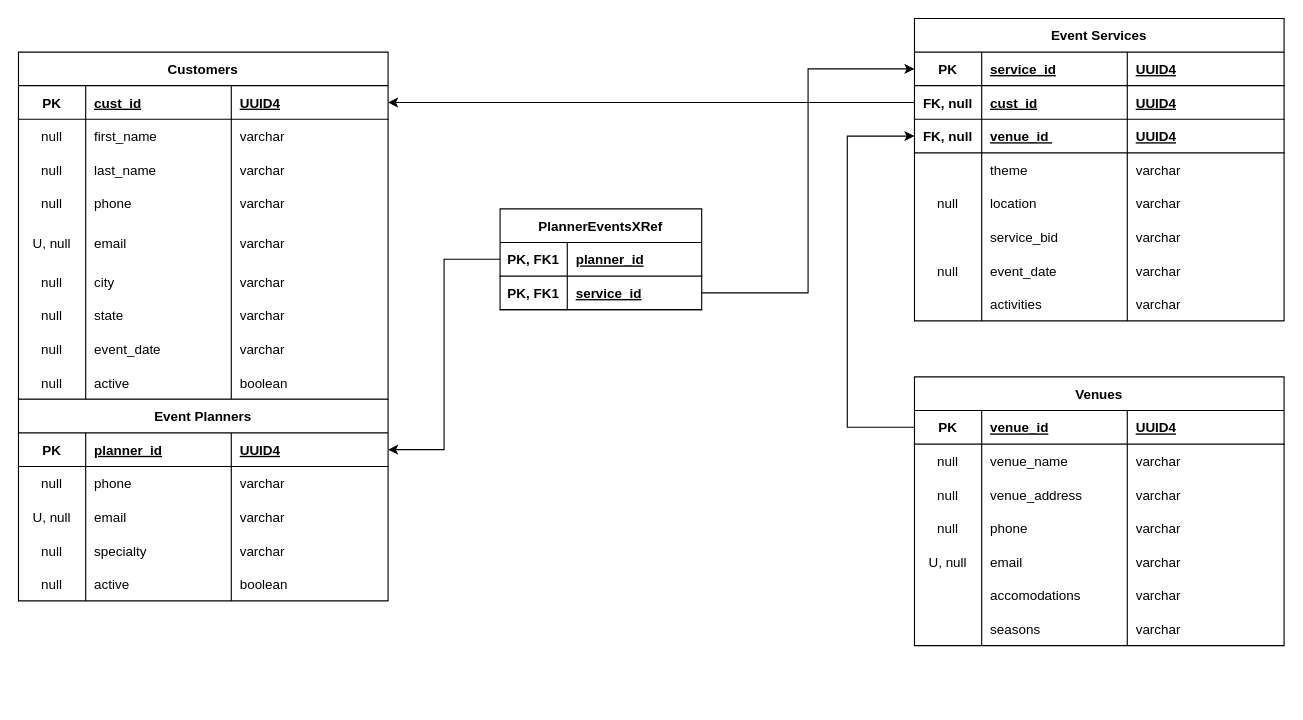
Earlier version of the draw.io diagram erd.drawio (Denise-Devpipeline/BE-Capstone). Source tidied: cells renumbered, new cells numbered last; positions are measured from the earlier drawing's top-left corner, leaving out a move shared by most shapes. Both pictures are drawn from the tidied source at 112%, with x=0, y=0 at pixel (18, 18).
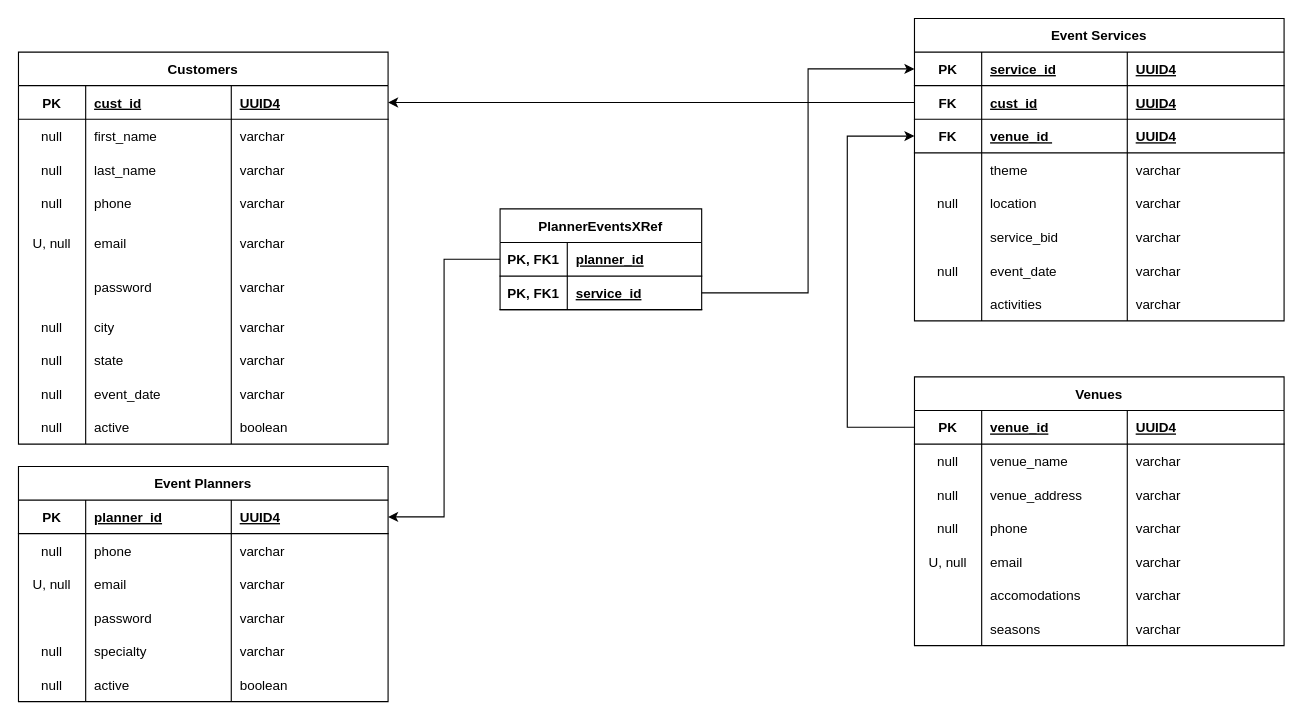
The same page after the edit.

The change refers to these unchanged cells:
```xml
<mxCell id="73" style="shape=tableRow;horizontal=0;startSize=0;swimlaneHead=0;swimlaneBody=0;fillColor=none;points=[[0,0.5],[1,0.5]];portConstraint=eastwest;top=0;left=0;right=0;bottom=1;" parent="68" vertex="1">
  <mxGeometry y="60" width="330" height="30" as="geometry" />
</mxCell>
<mxCell id="77" style="shape=tableRow;horizontal=0;startSize=0;swimlaneHead=0;swimlaneBody=0;fillColor=none;points=[[0,0.5],[1,0.5]];portConstraint=eastwest;top=0;left=0;right=0;bottom=1;" parent="68" vertex="1">
  <mxGeometry y="90" width="330" height="30" as="geometry" />
</mxCell>
```

The edit, as a diff of the source:
```diff
@@
     <mxCell id="2" value="Customers" style="shape=table;startSize=30;childLayout=tableLayout;rowLines=0;fontStyle=1;align=center;" parent="1" vertex="1">
-      <mxGeometry y="30" width="330" height="310" as="geometry" />
+      <mxGeometry y="30" width="330" height="350" as="geometry" />
     </mxCell>
@@
+    <mxCell id="133" style="shape=tableRow;horizontal=0;startSize=0;swimlaneHead=0;swimlaneBody=0;fillColor=none;top=0;left=0;right=0;bottom=0;" parent="2" vertex="1">
+      <mxGeometry y="190" width="330" height="40" as="geometry" />
+    </mxCell>
+    <mxCell id="134" style="shape=partialRectangle;fillColor=none;top=0;left=0;bottom=0;right=0;overflow=hidden;" parent="133" vertex="1">
+      <mxGeometry width="60" height="40" as="geometry" />
+    </mxCell>
+    <mxCell id="135" value="password" style="shape=partialRectangle;fillColor=none;top=0;left=0;bottom=0;right=0;align=left;spacingLeft=6;overflow=hidden;" parent="133" vertex="1">
+      <mxGeometry x="60" width="130" height="40" as="geometry" />
+    </mxCell>
+    <mxCell id="136" value="varchar" style="shape=partialRectangle;fillColor=none;top=0;left=0;bottom=0;right=0;align=left;spacingLeft=6;overflow=hidden;" parent="133" vertex="1">
+      <mxGeometry x="190" width="140" height="40" as="geometry" />
+    </mxCell>
     <mxCell id="23" style="shape=tableRow;horizontal=0;startSize=0;swimlaneHead=0;swimlaneBody=0;fillColor=none;top=0;left=0;right=0;bottom=0;" parent="2" vertex="1">
-      <mxGeometry y="190" width="330" height="30" as="geometry" />
+      <mxGeometry y="230" width="330" height="30" as="geometry" />
     </mxCell>
@@
     <mxCell id="27" style="shape=tableRow;horizontal=0;startSize=0;swimlaneHead=0;swimlaneBody=0;fillColor=none;top=0;left=0;right=0;bottom=0;" parent="2" vertex="1">
-      <mxGeometry y="220" width="330" height="30" as="geometry" />
+      <mxGeometry y="260" width="330" height="30" as="geometry" />
     </mxCell>
@@
     <mxCell id="31" style="shape=tableRow;horizontal=0;startSize=0;swimlaneHead=0;swimlaneBody=0;fillColor=none;top=0;left=0;right=0;bottom=0;" parent="2" vertex="1">
-      <mxGeometry y="250" width="330" height="30" as="geometry" />
+      <mxGeometry y="290" width="330" height="30" as="geometry" />
     </mxCell>
@@
     <mxCell id="35" style="shape=tableRow;horizontal=0;startSize=0;swimlaneHead=0;swimlaneBody=0;fillColor=none;top=0;left=0;right=0;bottom=0;" parent="2" vertex="1">
-      <mxGeometry y="280" width="330" height="30" as="geometry" />
+      <mxGeometry y="320" width="330" height="30" as="geometry" />
     </mxCell>
@@
-    <mxCell id="74" value="FK, null" style="shape=partialRectangle;fillColor=none;top=0;left=0;bottom=0;right=0;fontStyle=1;overflow=hidden;" parent="73" vertex="1">
+    <mxCell id="74" value="FK" style="shape=partialRectangle;fillColor=none;top=0;left=0;bottom=0;right=0;fontStyle=1;overflow=hidden;" parent="73" vertex="1">
       <mxGeometry width="60" height="30" as="geometry" />
     </mxCell>
@@
-    <mxCell id="78" value="FK, null" style="shape=partialRectangle;fillColor=none;top=0;left=0;bottom=0;right=0;fontStyle=1;overflow=hidden;" parent="77" vertex="1">
+    <mxCell id="78" value="FK" style="shape=partialRectangle;fillColor=none;top=0;left=0;bottom=0;right=0;fontStyle=1;overflow=hidden;" parent="77" vertex="1">
       <mxGeometry width="60" height="30" as="geometry" />
     </mxCell>
@@
     <mxCell id="101" value="Event Planners" style="shape=table;startSize=30;childLayout=tableLayout;rowLines=0;fontStyle=1;align=center;flipH=1;" parent="1" vertex="1">
-      <mxGeometry y="340" width="330" height="180" as="geometry" />
+      <mxGeometry y="400" width="330" height="210" as="geometry" />
     </mxCell>
@@
+    <mxCell id="137" style="shape=tableRow;horizontal=0;startSize=0;swimlaneHead=0;swimlaneBody=0;fillColor=none;top=0;left=0;right=0;bottom=0;" parent="101" vertex="1">
+      <mxGeometry y="120" width="330" height="30" as="geometry" />
+    </mxCell>
+    <mxCell id="138" style="shape=partialRectangle;fillColor=none;top=0;left=0;bottom=0;right=0;overflow=hidden;" parent="137" vertex="1">
+      <mxGeometry width="60" height="30" as="geometry" />
+    </mxCell>
+    <mxCell id="139" value="password" style="shape=partialRectangle;fillColor=none;top=0;left=0;bottom=0;right=0;align=left;spacingLeft=6;overflow=hidden;" parent="137" vertex="1">
+      <mxGeometry x="60" width="130" height="30" as="geometry" />
+    </mxCell>
+    <mxCell id="140" value="varchar" style="shape=partialRectangle;fillColor=none;top=0;left=0;bottom=0;right=0;align=left;spacingLeft=6;overflow=hidden;" parent="137" vertex="1">
+      <mxGeometry x="190" width="140" height="30" as="geometry" />
+    </mxCell>
     <mxCell id="114" style="shape=tableRow;horizontal=0;startSize=0;swimlaneHead=0;swimlaneBody=0;fillColor=none;top=0;left=0;right=0;bottom=0;" parent="101" vertex="1">
-      <mxGeometry y="120" width="330" height="30" as="geometry" />
+      <mxGeometry y="150" width="330" height="30" as="geometry" />
     </mxCell>
@@
     <mxCell id="118" style="shape=tableRow;horizontal=0;startSize=0;swimlaneHead=0;swimlaneBody=0;fillColor=none;top=0;left=0;right=0;bottom=0;" parent="101" vertex="1">
-      <mxGeometry y="150" width="330" height="30" as="geometry" />
+      <mxGeometry y="180" width="330" height="30" as="geometry" />
     </mxCell>
```
